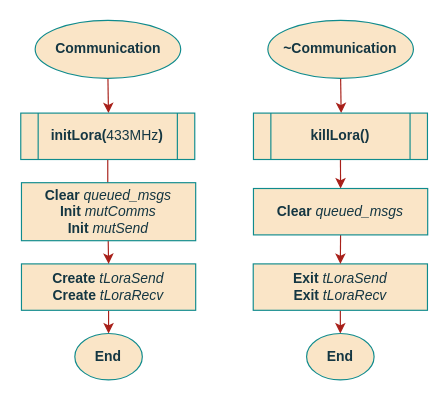
Above: page "Comms" (8 of 12) of project/report/flowcharts/LStasks/tLampControl.drawio in ESRGgroup9/slipad (draw.io), before the change. Source tidied: cells renumbered, new cells numbered last; positions are measured from the earlier drawing's top-left corner, leaving out a move shared by most shapes. Both pictures are drawn from the tidied source at 116%, with x=0, y=0 at pixel (20, 20).
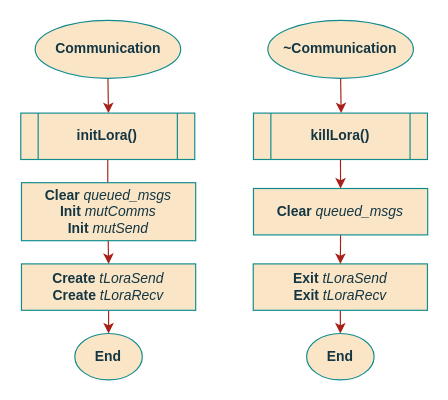
The same diagram, later.

Change to the diagram source:
```diff
@@
-    <mxCell id="7" value="&lt;b&gt;initLora(&lt;/b&gt;433MHz&lt;b&gt;)&lt;/b&gt;" style="shape=process;whiteSpace=wrap;html=1;backgroundOutline=1;rounded=0;sketch=0;fontColor=#143642;strokeColor=#0F8B8D;fillColor=#FAE5C7;" parent="1" vertex="1">
+    <mxCell id="7" value="&lt;b&gt;initLora(&lt;/b&gt;&lt;b&gt;)&lt;/b&gt;" style="shape=process;whiteSpace=wrap;html=1;backgroundOutline=1;rounded=0;sketch=0;fontColor=#143642;strokeColor=#0F8B8D;fillColor=#FAE5C7;" parent="1" vertex="1">
       <mxGeometry x="0.4" y="80" width="150" height="40" as="geometry" />
     </mxCell>
```
